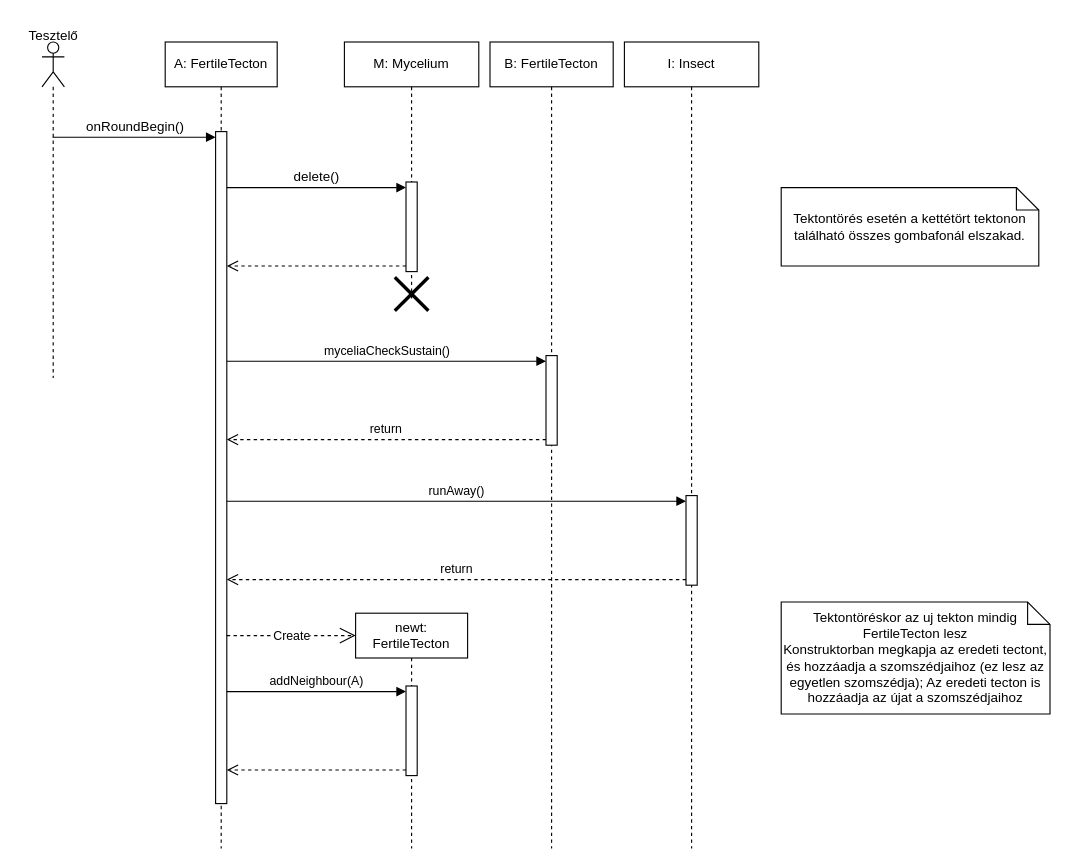
Earlier version of the draw.io diagram page "TectonBreakSeq" (12 of 17) of 6_szkeleton_beadasa/BJ Komm és Seq Diagrammok .drawio (koharzsombor/bandITs). Source tidied: cells renumbered, new cells numbered last; positions are measured from the earlier drawing's top-left corner, leaving out a move shared by most shapes. Both pictures are drawn from the tidied source at 112%, with x=0, y=0 at pixel (19, 19).
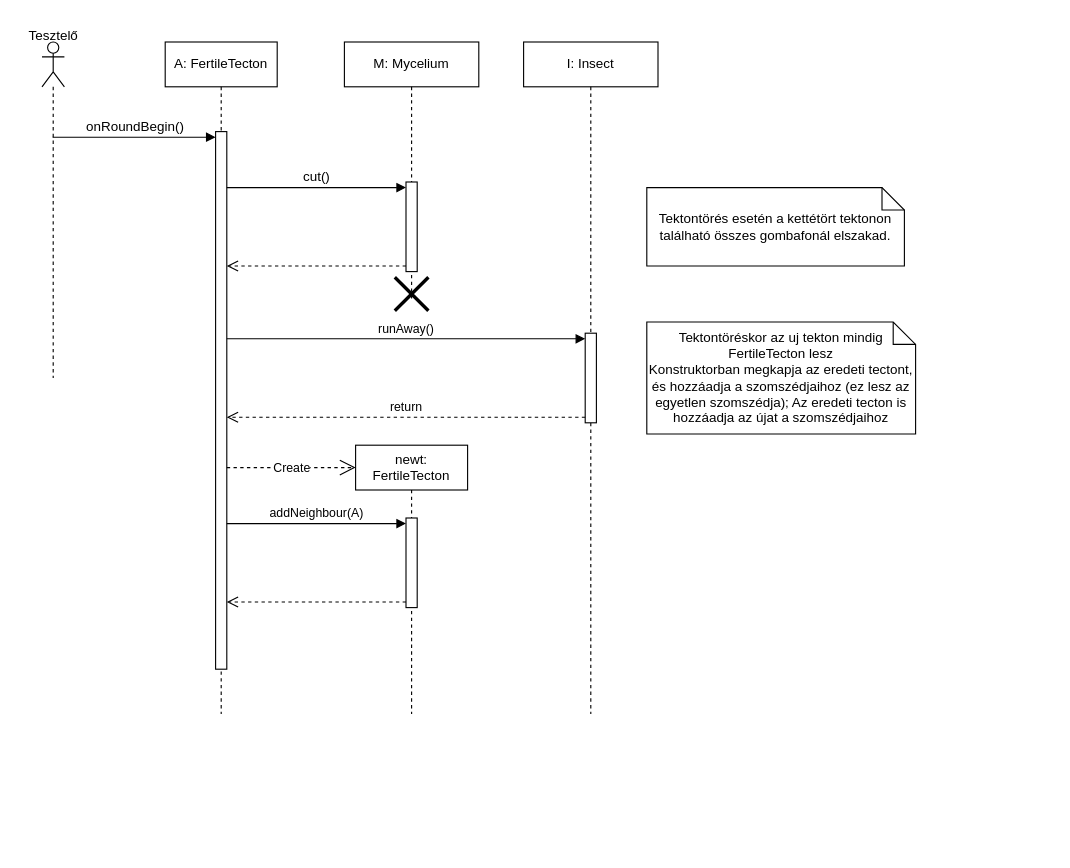
The same page after the edit.

Commit message (it also covers changes not shown here):
TectonBreak seq update

The change refers to these unchanged cells:
```xml
<mxCell id="5" style="html=1;points=[[0,0,0,0,5],[0,1,0,0,-5],[1,0,0,0,5],[1,1,0,0,-5]];perimeter=orthogonalPerimeter;outlineConnect=0;targetShapes=umlLifeline;portConstraint=eastwest;newEdgeStyle={&quot;curved&quot;:0,&quot;rounded&quot;:0};" parent="4" vertex="1">
  <mxGeometry x="55" y="125" width="10" height="80" as="geometry" />
</mxCell>
<mxCell id="10" style="html=1;points=[[0,0,0,0,5],[0,1,0,0,-5],[1,0,0,0,5],[1,1,0,0,-5]];perimeter=orthogonalPerimeter;outlineConnect=0;targetShapes=umlLifeline;portConstraint=eastwest;newEdgeStyle={&quot;curved&quot;:0,&quot;rounded&quot;:0};" parent="9" vertex="1">
  <mxGeometry x="45" y="65" width="10" height="80" as="geometry" />
</mxCell>
```

What changed in the source:
```diff
@@
     <mxCell id="2" value="A: FertileTecton" style="shape=umlLifeline;perimeter=lifelinePerimeter;whiteSpace=wrap;html=1;newEdgeStyle={&quot;curved&quot;:0,&quot;rounded&quot;:0};" parent="1" vertex="1">
-      <mxGeometry x="130" y="20" width="100" height="720" as="geometry" />
+      <mxGeometry x="130" y="20" width="100" height="600" as="geometry" />
     </mxCell>
     <mxCell id="3" style="html=1;points=[[0,0,0,0,5],[0,1,0,0,-5],[1,0,0,0,5],[1,1,0,0,-5]];perimeter=orthogonalPerimeter;outlineConnect=0;targetShapes=umlLifeline;portConstraint=eastwest;newEdgeStyle={&quot;curved&quot;:0,&quot;rounded&quot;:0};" parent="2" vertex="1">
-      <mxGeometry x="45" y="80" width="10" height="600" as="geometry" />
+      <mxGeometry x="45" y="80" width="10" height="480" as="geometry" />
     </mxCell>
@@
-    <mxCell id="6" value="delete()" style="html=1;verticalAlign=bottom;endArrow=block;curved=0;rounded=0;entryX=0;entryY=0;entryDx=0;entryDy=5;fontSize=12;" parent="1" edge="1" source="3" target="5">
+    <mxCell id="6" value="cut()" style="html=1;verticalAlign=bottom;endArrow=block;curved=0;rounded=0;entryX=0;entryY=0;entryDx=0;entryDy=5;fontSize=12;" parent="1" edge="1" source="3" target="5">
       <mxGeometry relative="1" as="geometry" />
     </mxCell>
@@
     <mxCell id="8" value="Tektontörés esetén a kettétört tektonon található összes gombafonál elszakad." style="shape=note;size=20;whiteSpace=wrap;html=1;fontColor=#000000;labelBackgroundColor=none;" parent="1" vertex="1">
-      <mxGeometry x="680" y="150" width="230" height="70" as="geometry" />
+      <mxGeometry x="560" y="150" width="230" height="70" as="geometry" />
     </mxCell>
     <mxCell id="9" value="newt: FertileTecton" style="shape=umlLifeline;perimeter=lifelinePerimeter;whiteSpace=wrap;html=1;newEdgeStyle={&quot;curved&quot;:0,&quot;rounded&quot;:0};" parent="1" vertex="1">
-      <mxGeometry x="300" y="530" width="100" height="210" as="geometry" />
+      <mxGeometry x="300" y="380" width="100" height="240" as="geometry" />
     </mxCell>
@@
-    <mxCell id="11" value="Create" style="endArrow=open;endSize=12;dashed=1;html=1;rounded=0;" parent="1" edge="1" source="3">
+    <mxCell id="11" value="Create" style="endArrow=open;endSize=12;dashed=1;html=1;rounded=0;" parent="1" edge="1">
       <mxGeometry relative="1" as="geometry">
-        <mxPoint x="300" y="550" as="targetPoint" />
+        <mxPoint x="185" y="400" as="sourcePoint" />
+        <mxPoint x="300" y="400" as="targetPoint" />
       </mxGeometry>
     </mxCell>
     <mxCell id="12" value="&lt;div&gt;Tektontöréskor az uj tekton mindig FertileTecton lesz&lt;/div&gt;Konstruktorban megkapja az eredeti tectont, és hozzáadja a szomszédjaihoz (ez lesz az egyetlen szomszédja); Az eredeti tecton is hozzáadja az újat a szomszédjaihoz" style="shape=note;size=20;whiteSpace=wrap;html=1;" parent="1" vertex="1">
-      <mxGeometry x="680" y="520" width="240" height="100" as="geometry" />
+      <mxGeometry x="560" y="270" width="240" height="100" as="geometry" />
     </mxCell>
-    <mxCell id="13" value="B: FertileTecton" style="shape=umlLifeline;perimeter=lifelinePerimeter;whiteSpace=wrap;html=1;newEdgeStyle={&quot;curved&quot;:0,&quot;rounded&quot;:0};" parent="1" vertex="1">
-      <mxGeometry x="420" y="20" width="110" height="720" as="geometry" />
-    </mxCell>
-    <mxCell id="14" style="html=1;points=[[0,0,0,0,5],[0,1,0,0,-5],[1,0,0,0,5],[1,1,0,0,-5]];perimeter=orthogonalPerimeter;outlineConnect=0;targetShapes=umlLifeline;portConstraint=eastwest;newEdgeStyle={&quot;curved&quot;:0,&quot;rounded&quot;:0};" parent="13" vertex="1">
-      <mxGeometry x="50" y="280" width="10" height="80" as="geometry" />
-    </mxCell>
@@
-    <mxCell id="16" value="myceliaCheckSustain()" style="html=1;verticalAlign=bottom;endArrow=block;curved=0;rounded=0;entryX=0;entryY=0;entryDx=0;entryDy=5;" parent="1" edge="1" source="3" target="14">
-      <mxGeometry relative="1" as="geometry" />
-    </mxCell>
-    <mxCell id="17" value="return" style="html=1;verticalAlign=bottom;endArrow=open;dashed=1;endSize=8;curved=0;rounded=0;exitX=0;exitY=1;exitDx=0;exitDy=-5;" parent="1" edge="1" source="14" target="3">
-      <mxGeometry relative="1" as="geometry" />
-    </mxCell>
     <mxCell id="18" value="I: Insect" style="shape=umlLifeline;perimeter=lifelinePerimeter;whiteSpace=wrap;html=1;newEdgeStyle={&quot;curved&quot;:0,&quot;rounded&quot;:0};" parent="1" vertex="1">
-      <mxGeometry x="540" y="20" width="120" height="720" as="geometry" />
+      <mxGeometry x="450" y="20" width="120" height="600" as="geometry" />
     </mxCell>
     <mxCell id="19" style="html=1;points=[[0,0,0,0,5],[0,1,0,0,-5],[1,0,0,0,5],[1,1,0,0,-5]];perimeter=orthogonalPerimeter;outlineConnect=0;targetShapes=umlLifeline;portConstraint=eastwest;newEdgeStyle={&quot;curved&quot;:0,&quot;rounded&quot;:0};" parent="18" vertex="1">
-      <mxGeometry x="55" y="405" width="10" height="80" as="geometry" />
+      <mxGeometry x="55" y="260" width="10" height="80" as="geometry" />
     </mxCell>
@@
-    <mxCell id="25" value="addNeighbour(A)" style="html=1;verticalAlign=bottom;endArrow=block;curved=0;rounded=0;entryX=0;entryY=0;entryDx=0;entryDy=5;" parent="1" edge="1" source="3" target="10">
-      <mxGeometry relative="1" as="geometry" />
+    <mxCell id="25" value="addNeighbour(A)" style="html=1;verticalAlign=bottom;endArrow=block;curved=0;rounded=0;entryX=0;entryY=0;entryDx=0;entryDy=5;" parent="1" edge="1" target="10">
+      <mxGeometry relative="1" as="geometry">
+        <mxPoint x="185" y="450" as="sourcePoint" />
+      </mxGeometry>
     </mxCell>
-    <mxCell id="26" style="html=1;verticalAlign=bottom;endArrow=open;dashed=1;endSize=8;curved=0;rounded=0;exitX=0;exitY=1;exitDx=0;exitDy=-5;" parent="1" edge="1" source="10" target="3">
-      <mxGeometry relative="1" as="geometry" />
+    <mxCell id="26" style="html=1;verticalAlign=bottom;endArrow=open;dashed=1;endSize=8;curved=0;rounded=0;exitX=0;exitY=1;exitDx=0;exitDy=-5;" parent="1" edge="1" source="10">
+      <mxGeometry relative="1" as="geometry">
+        <mxPoint x="185" y="520" as="targetPoint" />
+      </mxGeometry>
     </mxCell>
```
